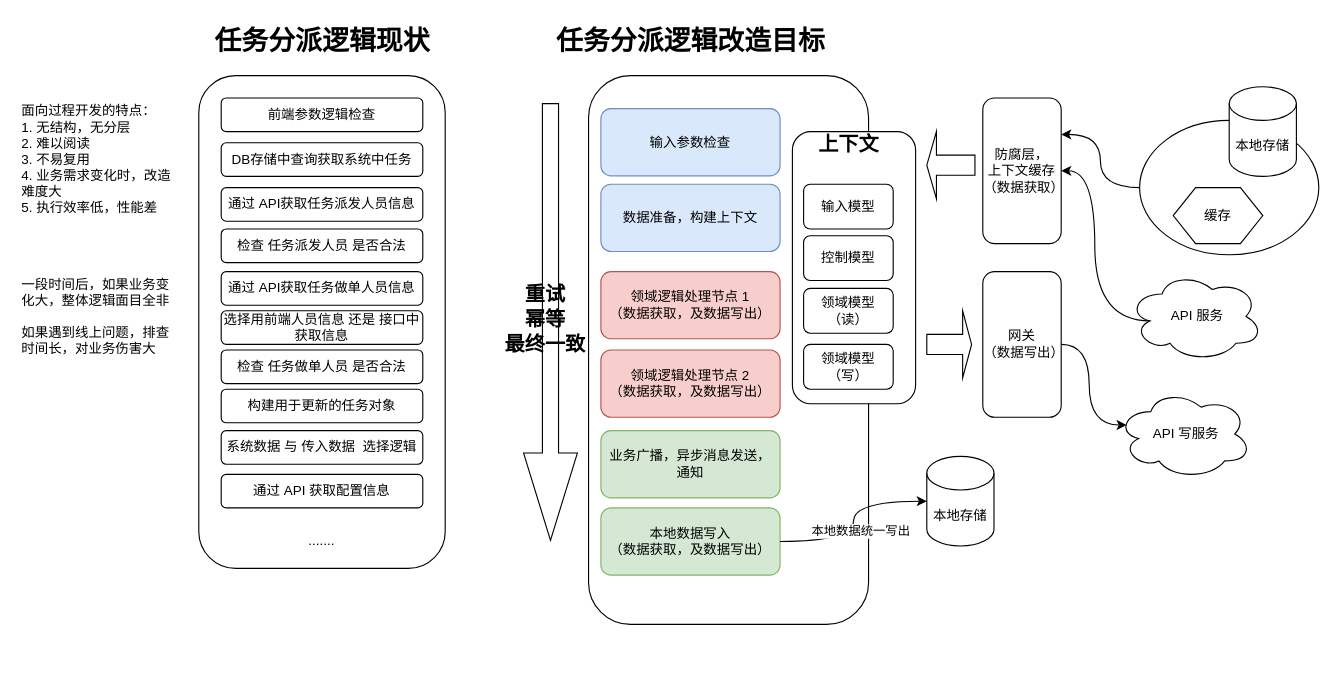
chenjiajiabianmi/drawio keeps this draw.io diagram as Untitled Diagram.drawio. Above is the earlier version. Source tidied: cells renumbered, new cells numbered last; positions are measured from the earlier drawing's top-left corner, leaving out a move shared by most shapes. Both pictures are drawn from the tidied source at 112%, with x=0, y=0 at pixel (19, 19).
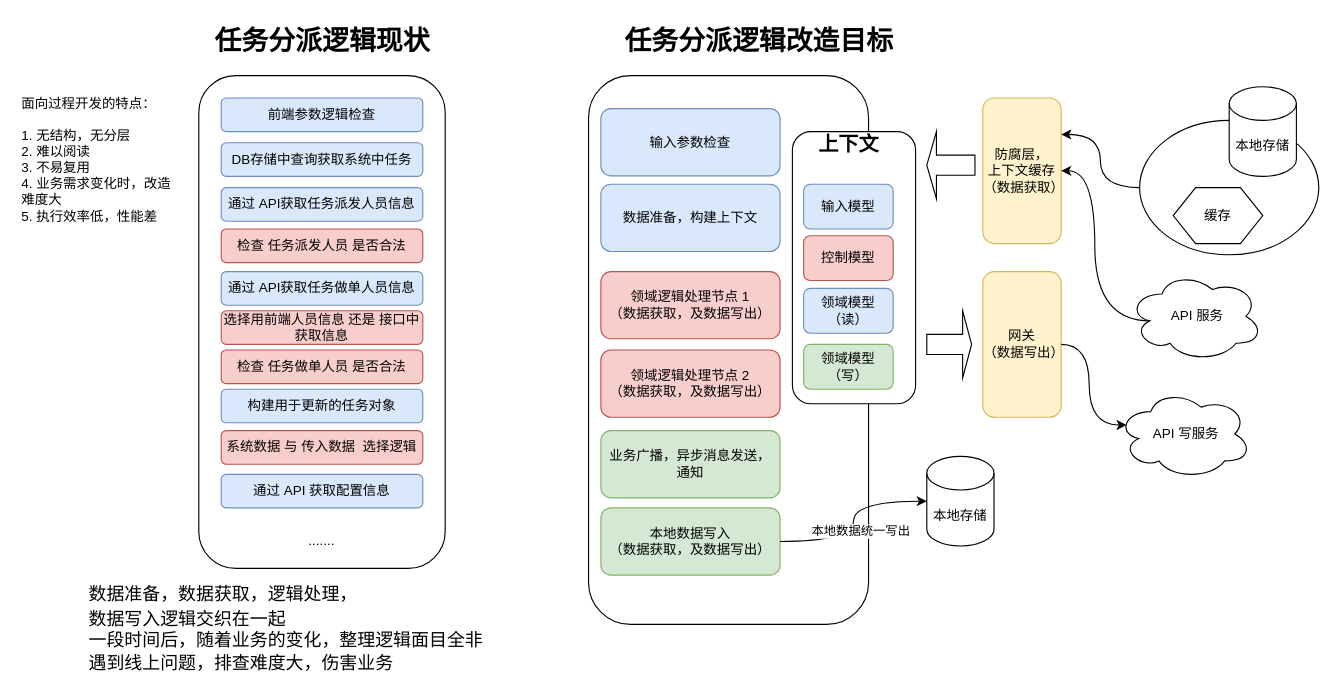
Above is the later version.

Diff of the diagram source:
```diff
@@
-    <mxCell id="3" value="前端参数逻辑检查" style="rounded=1;whiteSpace=wrap;html=1;" parent="1" vertex="1">
+    <mxCell id="3" value="前端参数逻辑检查" style="rounded=1;whiteSpace=wrap;html=1;fillColor=#dae8fc;strokeColor=#6c8ebf;" parent="1" vertex="1">
       <mxGeometry x="180" y="70" width="180" height="30" as="geometry" />
     </mxCell>
-    <mxCell id="4" value="DB存储中查询获取系统中任务" style="rounded=1;whiteSpace=wrap;html=1;" parent="1" vertex="1">
+    <mxCell id="4" value="DB存储中查询获取系统中任务" style="rounded=1;whiteSpace=wrap;html=1;fillColor=#dae8fc;strokeColor=#6c8ebf;" parent="1" vertex="1">
       <mxGeometry x="180" y="110" width="180" height="30" as="geometry" />
     </mxCell>
-    <mxCell id="5" value="通过 API 获取配置信息" style="rounded=1;whiteSpace=wrap;html=1;" parent="1" vertex="1">
+    <mxCell id="5" value="通过 API 获取配置信息" style="rounded=1;whiteSpace=wrap;html=1;fillColor=#dae8fc;strokeColor=#6c8ebf;" parent="1" vertex="1">
       <mxGeometry x="180" y="406" width="180" height="30" as="geometry" />
     </mxCell>
-    <mxCell id="6" value="构建用于更新的任务对象" style="rounded=1;whiteSpace=wrap;html=1;" parent="1" vertex="1">
+    <mxCell id="6" value="构建用于更新的任务对象" style="rounded=1;whiteSpace=wrap;html=1;fillColor=#dae8fc;strokeColor=#6c8ebf;" parent="1" vertex="1">
       <mxGeometry x="180" y="330" width="180" height="30" as="geometry" />
     </mxCell>
-    <mxCell id="7" value="检查 任务派发人员 是否合法" style="rounded=1;whiteSpace=wrap;html=1;" parent="1" vertex="1">
+    <mxCell id="7" value="检查 任务派发人员 是否合法" style="rounded=1;whiteSpace=wrap;html=1;fillColor=#f8cecc;strokeColor=#b85450;" parent="1" vertex="1">
       <mxGeometry x="180" y="187" width="180" height="30" as="geometry" />
     </mxCell>
-    <mxCell id="8" value="检查 任务做单人员 是否合法" style="rounded=1;whiteSpace=wrap;html=1;" parent="1" vertex="1">
+    <mxCell id="8" value="检查 任务做单人员 是否合法" style="rounded=1;whiteSpace=wrap;html=1;fillColor=#f8cecc;strokeColor=#b85450;" parent="1" vertex="1">
       <mxGeometry x="180" y="295" width="180" height="30" as="geometry" />
     </mxCell>
-    <mxCell id="9" value="系统数据 与 传入数据&amp;nbsp; 选择逻辑" style="rounded=1;whiteSpace=wrap;html=1;" parent="1" vertex="1">
+    <mxCell id="9" value="系统数据 与 传入数据&amp;nbsp; 选择逻辑" style="rounded=1;whiteSpace=wrap;html=1;fillColor=#f8cecc;strokeColor=#b85450;" parent="1" vertex="1">
       <mxGeometry x="180" y="367" width="180" height="30" as="geometry" />
     </mxCell>
@@
-    <mxCell id="12" value="面向过程开发的特点：&lt;div&gt;1. 无结构，无分层&lt;/div&gt;&lt;div&gt;2. 难以阅读&lt;/div&gt;&lt;div&gt;3. 不易复用&lt;/div&gt;&lt;div&gt;4. 业务需求变化时，改造难度大&lt;/div&gt;&lt;div&gt;5. 执行效率低，性能差&lt;/div&gt;" style="text;html=1;align=left;verticalAlign=middle;whiteSpace=wrap;rounded=0;" parent="1" vertex="1">
+    <mxCell id="12" value="面向过程开发的特点：&lt;div&gt;&lt;br&gt;&lt;div&gt;1. 无结构，无分层&lt;/div&gt;&lt;div&gt;2. 难以阅读&lt;/div&gt;&lt;div&gt;3. 不易复用&lt;/div&gt;&lt;div&gt;4. 业务需求变化时，改造难度大&lt;/div&gt;&lt;div&gt;5. 执行效率低，性能差&lt;/div&gt;&lt;/div&gt;" style="text;html=1;align=left;verticalAlign=middle;whiteSpace=wrap;rounded=0;" parent="1" vertex="1">
       <mxGeometry y="109.5" width="140" height="30" as="geometry" />
     </mxCell>
@@
     <mxCell id="14" value="任务分派逻辑改造目标" style="text;strokeColor=none;fillColor=none;html=1;fontSize=24;fontStyle=1;verticalAlign=middle;align=center;" parent="1" vertex="1">
-      <mxGeometry x="549" width="100" height="40" as="geometry" />
+      <mxGeometry x="610" width="100" height="40" as="geometry" />
     </mxCell>
@@
-    <mxCell id="17" value="输入模型" style="rounded=1;whiteSpace=wrap;html=1;" parent="1" vertex="1">
+    <mxCell id="17" value="输入模型" style="rounded=1;whiteSpace=wrap;html=1;fillColor=#dae8fc;strokeColor=#6c8ebf;" parent="1" vertex="1">
       <mxGeometry x="700" y="147" width="80" height="40" as="geometry" />
     </mxCell>
-    <mxCell id="18" value="控制模型" style="rounded=1;whiteSpace=wrap;html=1;" parent="1" vertex="1">
+    <mxCell id="18" value="控制模型" style="rounded=1;whiteSpace=wrap;html=1;fillColor=#f8cecc;strokeColor=#b85450;" parent="1" vertex="1">
       <mxGeometry x="700" y="193" width="80" height="40" as="geometry" />
     </mxCell>
-    <mxCell id="19" value="领域模型（读）" style="rounded=1;whiteSpace=wrap;html=1;" parent="1" vertex="1">
+    <mxCell id="19" value="领域模型（读）" style="rounded=1;whiteSpace=wrap;html=1;fillColor=#dae8fc;strokeColor=#6c8ebf;" parent="1" vertex="1">
       <mxGeometry x="700" y="240" width="80" height="40" as="geometry" />
     </mxCell>
-    <mxCell id="20" value="领域模型（写）" style="rounded=1;whiteSpace=wrap;html=1;" parent="1" vertex="1">
+    <mxCell id="20" value="领域模型（写）" style="rounded=1;whiteSpace=wrap;html=1;fillColor=#d5e8d4;strokeColor=#82b366;" parent="1" vertex="1">
       <mxGeometry x="700" y="290" width="80" height="40" as="geometry" />
     </mxCell>
@@
-    <mxCell id="22" value="防腐层，&lt;div&gt;上下文缓存&lt;br&gt;&lt;div&gt;（数据获取）&lt;/div&gt;&lt;/div&gt;" style="rounded=1;whiteSpace=wrap;html=1;" parent="1" vertex="1">
+    <mxCell id="22" value="防腐层，&lt;div&gt;上下文缓存&lt;br&gt;&lt;div&gt;（数据获取）&lt;/div&gt;&lt;/div&gt;" style="rounded=1;whiteSpace=wrap;html=1;fillColor=#fff2cc;strokeColor=#d6b656;" parent="1" vertex="1">
       <mxGeometry x="860" y="70" width="70" height="130" as="geometry" />
     </mxCell>
@@
-    <mxCell id="26" value="网关&lt;div&gt;（数据写出）&lt;/div&gt;" style="rounded=1;whiteSpace=wrap;html=1;" parent="1" vertex="1">
+    <mxCell id="26" value="网关&lt;div&gt;（数据写出）&lt;/div&gt;" style="rounded=1;whiteSpace=wrap;html=1;fillColor=#fff2cc;strokeColor=#d6b656;" parent="1" vertex="1">
       <mxGeometry x="860" y="225" width="70" height="130" as="geometry" />
     </mxCell>
@@
-    <mxCell id="42" value="通过 API获取任务派发人员信息" style="rounded=1;whiteSpace=wrap;html=1;" parent="1" vertex="1">
+    <mxCell id="42" value="通过 API获取任务派发人员信息" style="rounded=1;whiteSpace=wrap;html=1;fillColor=#dae8fc;strokeColor=#6c8ebf;" parent="1" vertex="1">
       <mxGeometry x="180" y="150" width="180" height="30" as="geometry" />
     </mxCell>
-    <mxCell id="43" value="通过 API获取任务做单人员信息" style="rounded=1;whiteSpace=wrap;html=1;" parent="1" vertex="1">
+    <mxCell id="43" value="通过 API获取任务做单人员信息" style="rounded=1;whiteSpace=wrap;html=1;fillColor=#dae8fc;strokeColor=#6c8ebf;" parent="1" vertex="1">
       <mxGeometry x="180" y="225" width="180" height="30" as="geometry" />
     </mxCell>
-    <mxCell id="44" value="选择用前端人员信息 还是 接口中获取信息" style="rounded=1;whiteSpace=wrap;html=1;" parent="1" vertex="1">
+    <mxCell id="44" value="选择用前端人员信息 还是 接口中获取信息" style="rounded=1;whiteSpace=wrap;html=1;fillColor=#f8cecc;strokeColor=#b85450;" parent="1" vertex="1">
       <mxGeometry x="180" y="260" width="180" height="30" as="geometry" />
     </mxCell>
-    <mxCell id="45" value="一段时间后，如果业务变化大，整体逻辑面目全非&lt;div&gt;&lt;br&gt;&lt;/div&gt;&lt;div&gt;如果遇到线上问题，排查时间长，对业务伤害大&lt;/div&gt;" style="text;html=1;align=left;verticalAlign=middle;whiteSpace=wrap;rounded=0;" parent="1" vertex="1">
-      <mxGeometry y="250" width="140" height="30" as="geometry" />
-    </mxCell>
-    <mxCell id="46" style="shape=singleArrow;direction=south;whiteSpace=wrap;html=1;" parent="1" vertex="1">
-      <mxGeometry x="450" y="75" width="48" height="390" as="geometry" />
-    </mxCell>
-    <mxCell id="47" value="&lt;font style=&quot;font-size: 18px;&quot;&gt;重试&lt;/font&gt;&lt;div style=&quot;font-size: 18px;&quot;&gt;&lt;font style=&quot;font-size: 18px;&quot;&gt;幂等&lt;/font&gt;&lt;/div&gt;&lt;div style=&quot;font-size: 18px;&quot;&gt;&lt;font style=&quot;font-size: 18px;&quot;&gt;最终一致&lt;/font&gt;&lt;/div&gt;" style="text;strokeColor=none;fillColor=none;html=1;fontSize=24;fontStyle=1;verticalAlign=middle;align=center;" parent="1" vertex="1">
-      <mxGeometry x="419" y="245" width="100" height="40" as="geometry" />
-    </mxCell>
+    <mxCell id="48" value="&lt;font style=&quot;font-weight: normal; font-size: 16px;&quot;&gt;数据准备，数据获取，逻辑处理，&lt;/font&gt;&lt;div style=&quot;font-size: 16px;&quot;&gt;&lt;font style=&quot;font-weight: normal; font-size: 16px;&quot;&gt;数据写入逻辑交织在一起&lt;/font&gt;&lt;/div&gt;&lt;div style=&quot;font-size: 16px;&quot;&gt;&lt;font style=&quot;font-weight: normal; font-size: 16px;&quot;&gt;一段时间后，随着业务的变化，整理逻辑面目全非&lt;/font&gt;&lt;/div&gt;&lt;div style=&quot;font-size: 16px;&quot;&gt;&lt;font style=&quot;font-weight: normal; font-size: 16px;&quot;&gt;遇到线上问题，排查难度大，伤害业务&lt;/font&gt;&lt;/div&gt;" style="text;strokeColor=none;fillColor=none;html=1;fontSize=24;fontStyle=1;verticalAlign=middle;align=left;" parent="1" vertex="1">
+      <mxGeometry x="60" y="520" width="100" height="40" as="geometry" />
+    </mxCell>
```
